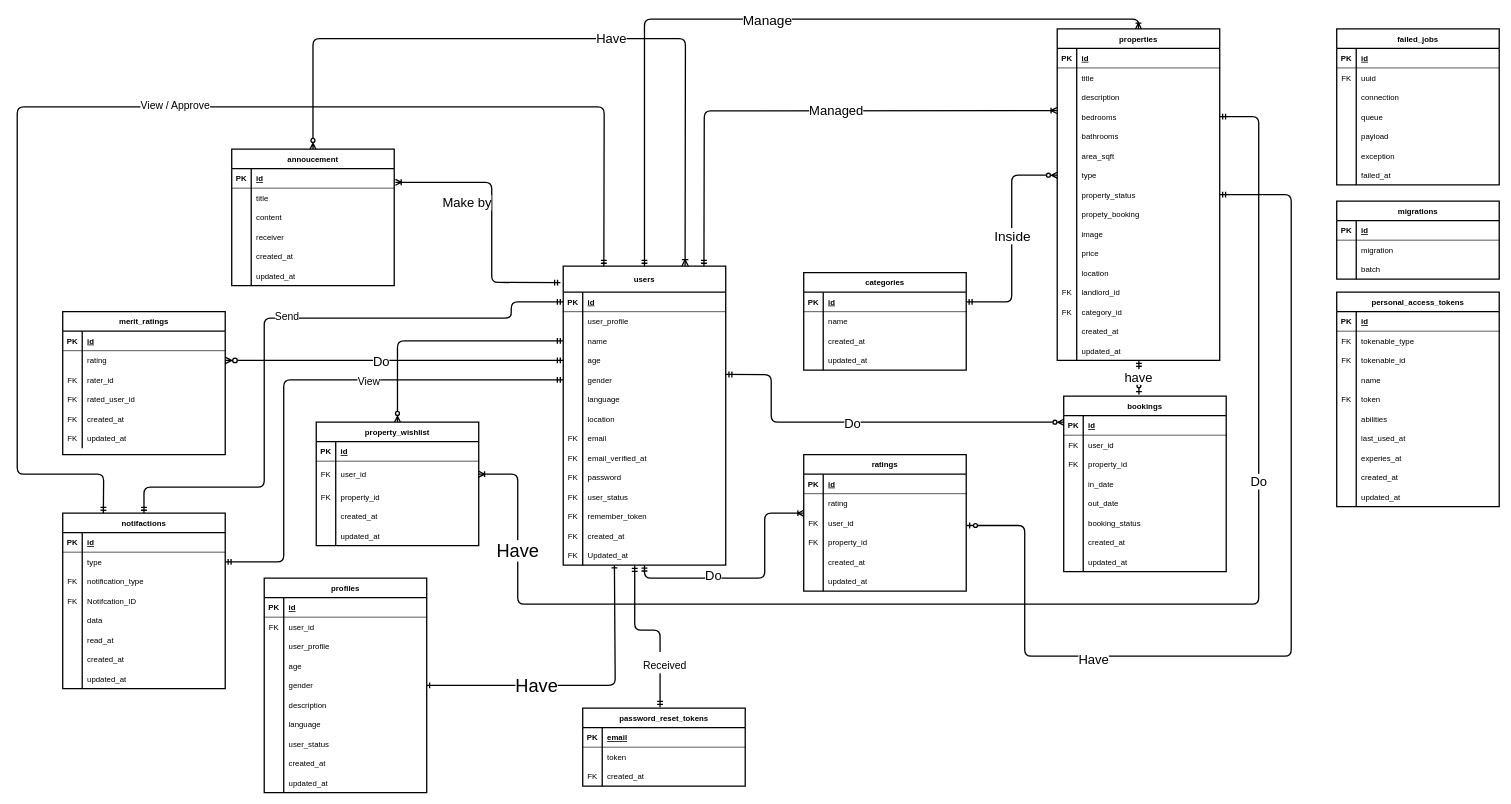
Earlier version of the draw.io diagram DFD FYP/ERD.drawio (SNOW15782/Fyp). Source tidied: cells renumbered, new cells numbered last; positions are measured from the earlier drawing's top-left corner, leaving out a move shared by most shapes. Both pictures are drawn from the tidied source at 65%, with x=0, y=0 at pixel (17, 19).
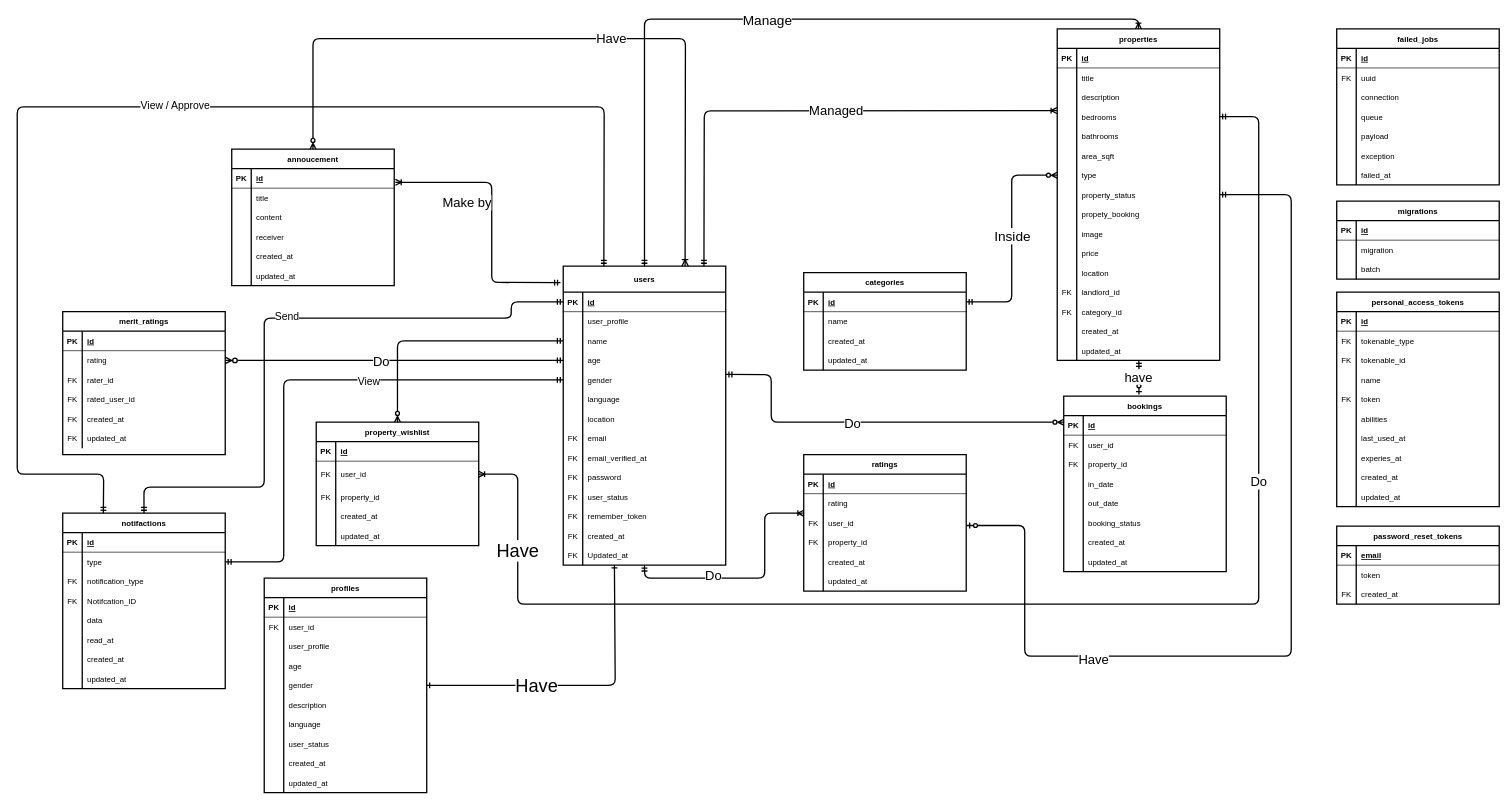
The same page after the edit.

Unchanged cells that the change refers to:
```xml
<mxCell id="57" style="shape=partialRectangle;fillColor=none;points=[[0,0.5],[1,0.5]];portConstraint=eastwest;top=0;left=0;right=0;bottom=0;" parent="17" vertex="1">
  <mxGeometry y="430" width="250" height="30" as="geometry" />
</mxCell>
```

The edit, as a diff of the source:
```diff
@@
-    <mxCell id="352" style="edgeStyle=none;html=1;entryX=0.44;entryY=1.015;entryDx=0;entryDy=0;entryPerimeter=0;endArrow=ERmandOne;endFill=0;exitX=0.476;exitY=-0.011;exitDx=0;exitDy=0;exitPerimeter=0;startArrow=ERmandOne;startFill=0;strokeWidth=2;" parent="1" edge="1" source="354" target="57">
-      <mxGeometry relative="1" as="geometry">
-        <Array as="points">
-          <mxPoint x="989" y="940" />
-          <mxPoint x="950" y="940" />
-        </Array>
-      </mxGeometry>
-    </mxCell>
-    <mxCell id="353" value="&lt;font style=&quot;font-size: 16px;&quot;&gt;Received&lt;/font&gt;" style="edgeLabel;html=1;align=center;verticalAlign=middle;fontSize=28;" parent="352" vertex="1">
-      <mxGeometry x="-0.16" y="-2" relative="1" as="geometry">
-        <mxPoint x="4" y="39" as="offset" />
-      </mxGeometry>
-    </mxCell>
     <mxCell id="354" value="password_reset_tokens" style="shape=table;startSize=30;childLayout=tableLayout;rowLines=0;fontStyle=1;align=center;strokeWidth=2;" parent="1" vertex="1">
-      <mxGeometry x="870" y="1060" width="250" height="120" as="geometry" />
+      <mxGeometry x="2030" y="780" width="250" height="120" as="geometry" />
     </mxCell>
```
